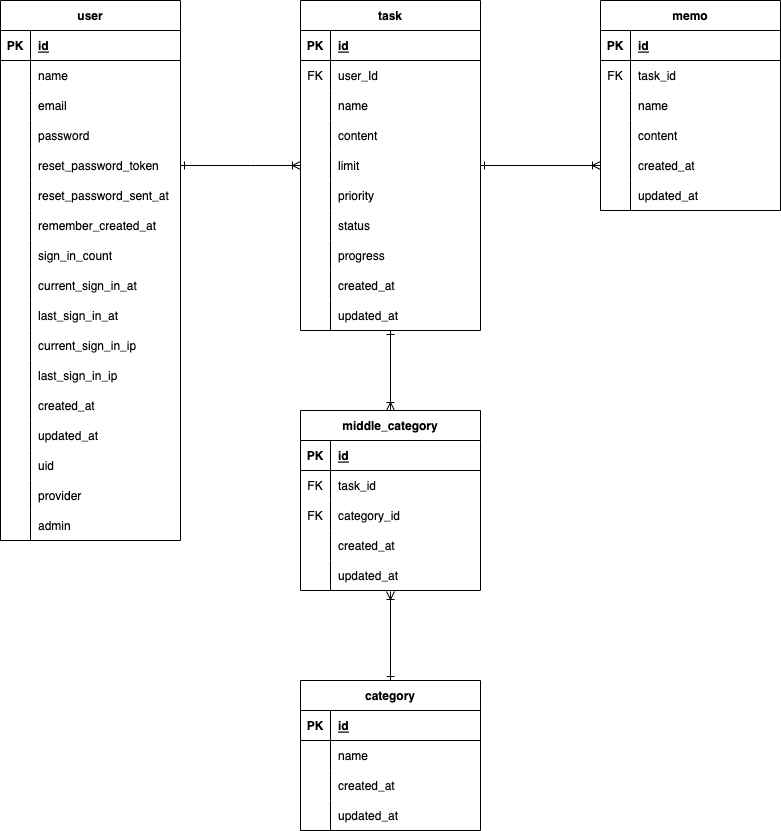
Above: ER図.png in tomoki4321/okan_task_api (draw.io), before the change. Source tidied: cells renumbered, new cells last; positions are measured from the earlier drawing's top-left corner, leaving out a move shared by most shapes.
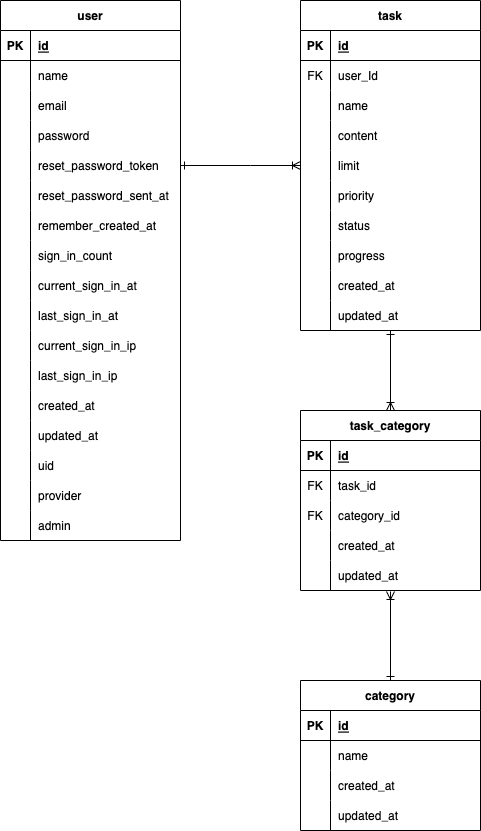
Above is the later version.

What changed in the source:
```diff
@@ -254,64 +254,7 @@
     <mxCell id="85" value="updated_at" style="shape=partialRectangle;fillColor=none;top=0;left=0;bottom=0;right=0;align=left;spacingLeft=6;overflow=hidden;" parent="83" vertex="1">
       <mxGeometry x="30" width="150" height="30" as="geometry" />
     </mxCell>
-    <mxCell id="86" value="memo" style="shape=table;startSize=30;rowLines=0;fontStyle=1;align=center;" parent="1" vertex="1">
-      <mxGeometry x="600" width="180" height="210" as="geometry" />
-    </mxCell>
-    <mxCell id="87" style="shape=tableRow;horizontal=0;startSize=0;swimlaneHead=0;swimlaneBody=0;fillColor=none;top=0;left=0;right=0;bottom=1;" parent="86" vertex="1">
-      <mxGeometry y="30" width="180" height="30" as="geometry" />
-    </mxCell>
-    <mxCell id="88" value="PK" style="shape=partialRectangle;fillColor=none;top=0;left=0;bottom=0;right=0;fontStyle=1;overflow=hidden;" parent="87" vertex="1">
-      <mxGeometry width="30" height="30" as="geometry" />
-    </mxCell>
-    <mxCell id="89" value="id" style="shape=partialRectangle;fillColor=none;top=0;left=0;bottom=0;right=0;align=left;spacingLeft=6;fontStyle=5;overflow=hidden;" parent="87" vertex="1">
-      <mxGeometry x="30" width="150" height="30" as="geometry" />
-    </mxCell>
-    <mxCell id="90" style="shape=tableRow;horizontal=0;startSize=0;swimlaneHead=0;swimlaneBody=0;fillColor=none;top=0;left=0;right=0;bottom=0;" parent="86" vertex="1">
-      <mxGeometry y="60" width="180" height="30" as="geometry" />
-    </mxCell>
-    <mxCell id="91" value="FK" style="shape=partialRectangle;fillColor=none;top=0;left=0;bottom=0;right=0;overflow=hidden;" parent="90" vertex="1">
-      <mxGeometry width="30" height="30" as="geometry" />
-    </mxCell>
-    <mxCell id="92" value="task_id" style="shape=partialRectangle;fillColor=none;top=0;left=0;bottom=0;right=0;align=left;spacingLeft=6;overflow=hidden;" parent="90" vertex="1">
-      <mxGeometry x="30" width="150" height="30" as="geometry" />
-    </mxCell>
-    <mxCell id="93" style="shape=tableRow;horizontal=0;startSize=0;swimlaneHead=0;swimlaneBody=0;fillColor=none;top=0;left=0;right=0;bottom=0;" parent="86" vertex="1">
-      <mxGeometry y="90" width="180" height="30" as="geometry" />
-    </mxCell>
-    <mxCell id="94" style="shape=partialRectangle;fillColor=none;top=0;left=0;bottom=0;right=0;overflow=hidden;" parent="93" vertex="1">
-      <mxGeometry width="30" height="30" as="geometry" />
-    </mxCell>
-    <mxCell id="95" value="name" style="shape=partialRectangle;fillColor=none;top=0;left=0;bottom=0;right=0;align=left;spacingLeft=6;overflow=hidden;" parent="93" vertex="1">
-      <mxGeometry x="30" width="150" height="30" as="geometry" />
-    </mxCell>
-    <mxCell id="96" style="shape=tableRow;horizontal=0;startSize=0;swimlaneHead=0;swimlaneBody=0;fillColor=none;top=0;left=0;right=0;bottom=0;" parent="86" vertex="1">
-      <mxGeometry y="120" width="180" height="30" as="geometry" />
-    </mxCell>
-    <mxCell id="97" style="shape=partialRectangle;fillColor=none;top=0;left=0;bottom=0;right=0;overflow=hidden;" parent="96" vertex="1">
-      <mxGeometry width="30" height="30" as="geometry" />
-    </mxCell>
-    <mxCell id="98" value="content" style="shape=partialRectangle;fillColor=none;top=0;left=0;bottom=0;right=0;align=left;spacingLeft=6;overflow=hidden;" parent="96" vertex="1">
-      <mxGeometry x="30" width="150" height="30" as="geometry" />
-    </mxCell>
-    <mxCell id="99" style="shape=tableRow;horizontal=0;startSize=0;swimlaneHead=0;swimlaneBody=0;fillColor=none;points=[[0,0.5],[1,0.5]];portConstraint=eastwest;top=0;left=0;right=0;bottom=0;" parent="86" vertex="1">
-      <mxGeometry y="150" width="180" height="30" as="geometry" />
-    </mxCell>
-    <mxCell id="100" style="shape=partialRectangle;fillColor=none;top=0;left=0;bottom=0;right=0;overflow=hidden;" parent="99" vertex="1">
-      <mxGeometry width="30" height="30" as="geometry" />
-    </mxCell>
-    <mxCell id="101" value="created_at" style="shape=partialRectangle;fillColor=none;top=0;left=0;bottom=0;right=0;align=left;spacingLeft=6;overflow=hidden;" parent="99" vertex="1">
-      <mxGeometry x="30" width="150" height="30" as="geometry" />
-    </mxCell>
-    <mxCell id="102" style="shape=tableRow;horizontal=0;startSize=0;swimlaneHead=0;swimlaneBody=0;fillColor=none;top=0;left=0;right=0;bottom=0;" parent="86" vertex="1">
-      <mxGeometry y="180" width="180" height="30" as="geometry" />
-    </mxCell>
-    <mxCell id="103" style="shape=partialRectangle;fillColor=none;top=0;left=0;bottom=0;right=0;overflow=hidden;" parent="102" vertex="1">
-      <mxGeometry width="30" height="30" as="geometry" />
-    </mxCell>
-    <mxCell id="104" value="updated_at" style="shape=partialRectangle;fillColor=none;top=0;left=0;bottom=0;right=0;align=left;spacingLeft=6;overflow=hidden;" parent="102" vertex="1">
-      <mxGeometry x="30" width="150" height="30" as="geometry" />
-    </mxCell>
-    <mxCell id="105" value="middle_category" style="shape=table;startSize=30;rowLines=0;fontStyle=1;align=center;" parent="1" vertex="1">
+    <mxCell id="105" value="task_category" style="shape=table;startSize=30;rowLines=0;fontStyle=1;align=center;" parent="1" vertex="1">
       <mxGeometry x="300" y="410" width="180" height="180" as="geometry" />
     </mxCell>
     <mxCell id="106" style="shape=tableRow;horizontal=0;startSize=0;swimlaneHead=0;swimlaneBody=0;fillColor=none;top=0;left=0;right=0;bottom=1;" parent="105" vertex="1">
@@ -409,8 +352,5 @@
         </Array>
       </mxGeometry>
     </mxCell>
-    <mxCell id="136" style="edgeStyle=orthogonalEdgeStyle;rounded=0;jettySize=auto;html=1;entryX=0;entryY=0.5;entryDx=0;entryDy=0;startArrow=ERone;startFill=0;endArrow=ERoneToMany;endFill=0;" parent="1" edge="1" source="68" target="99">
-      <mxGeometry relative="1" as="geometry" />
-    </mxCell>
   </root>
 </mxGraphModel>
```
